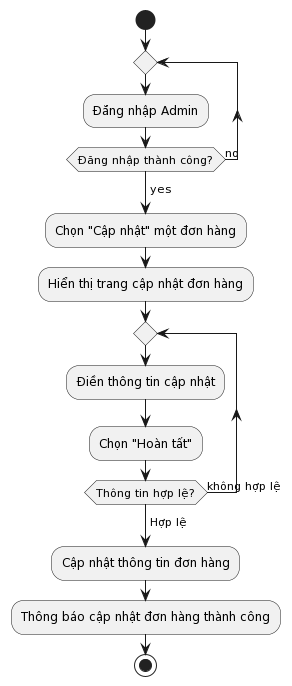
Before: Lab1.2/Admin/Activity/Activity Sửa đơn hàng của khách hàng.png, a diagram exported from PlantUML (TuanKhang123/SE357-Pratice-class).
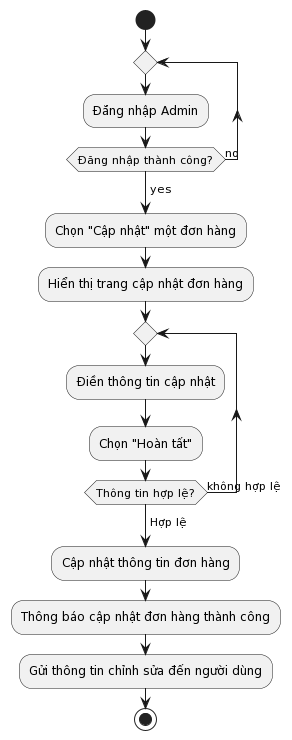
After the commit.

Change to the diagram source:
```diff
@@ -16,5 +16,6 @@
    ->Hợp lệ;
    :Cập nhật thông tin đơn hàng;
    :Thông báo cập nhật đơn hàng thành công;
+   :Gửi thông tin chỉnh sửa đến người dùng;
 stop
 @enduml
```
